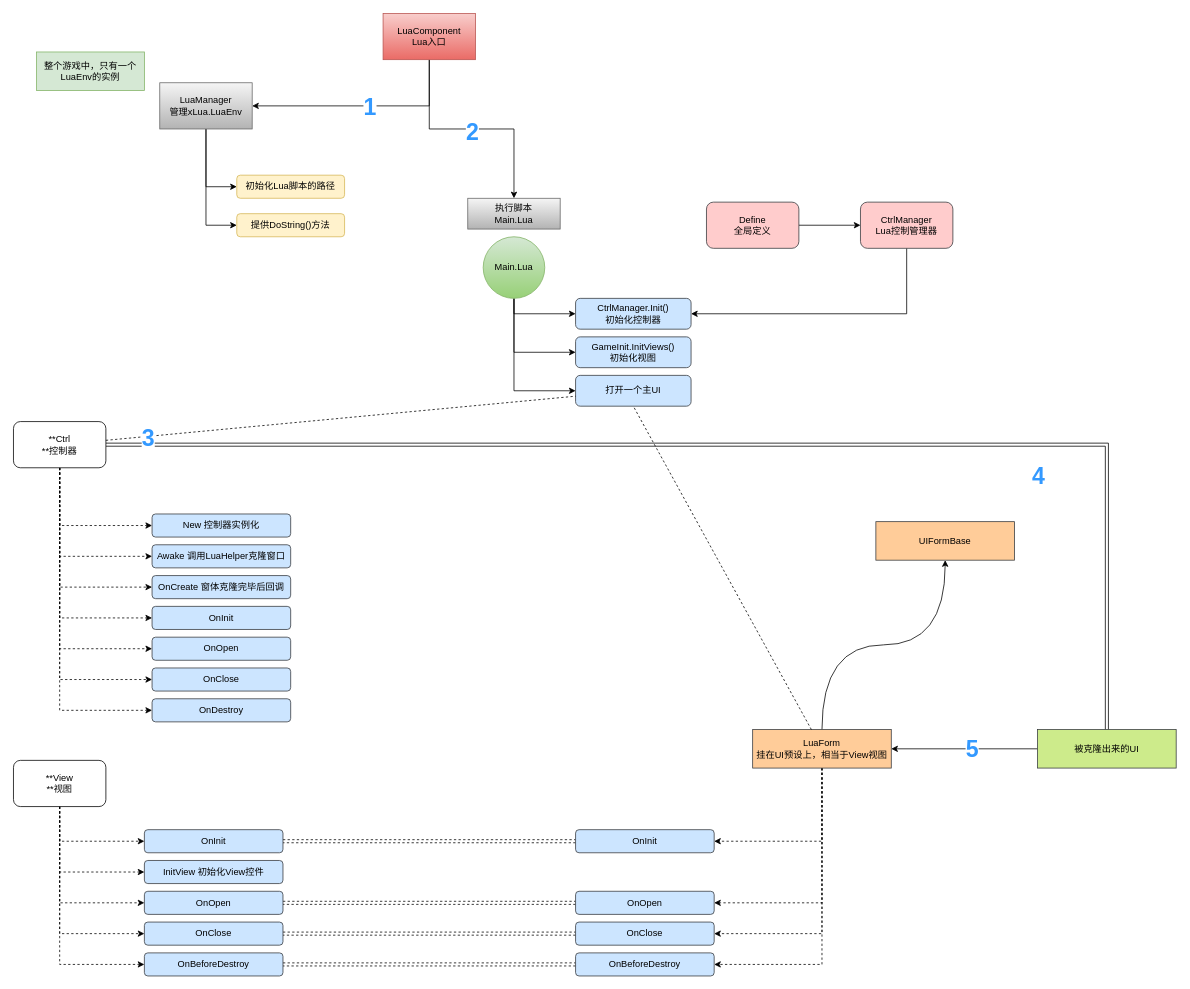
Above: page "Lua" (7 of 7) of YoYo框架.drawio in huagexin777/GameFramework (draw.io), before the change. Source tidied: cells renumbered, new cells numbered last; positions are measured from the earlier drawing's top-left corner, leaving out a move shared by most shapes. Both pictures are drawn from the tidied source at 77%, with x=0, y=0 at pixel (13, 13).
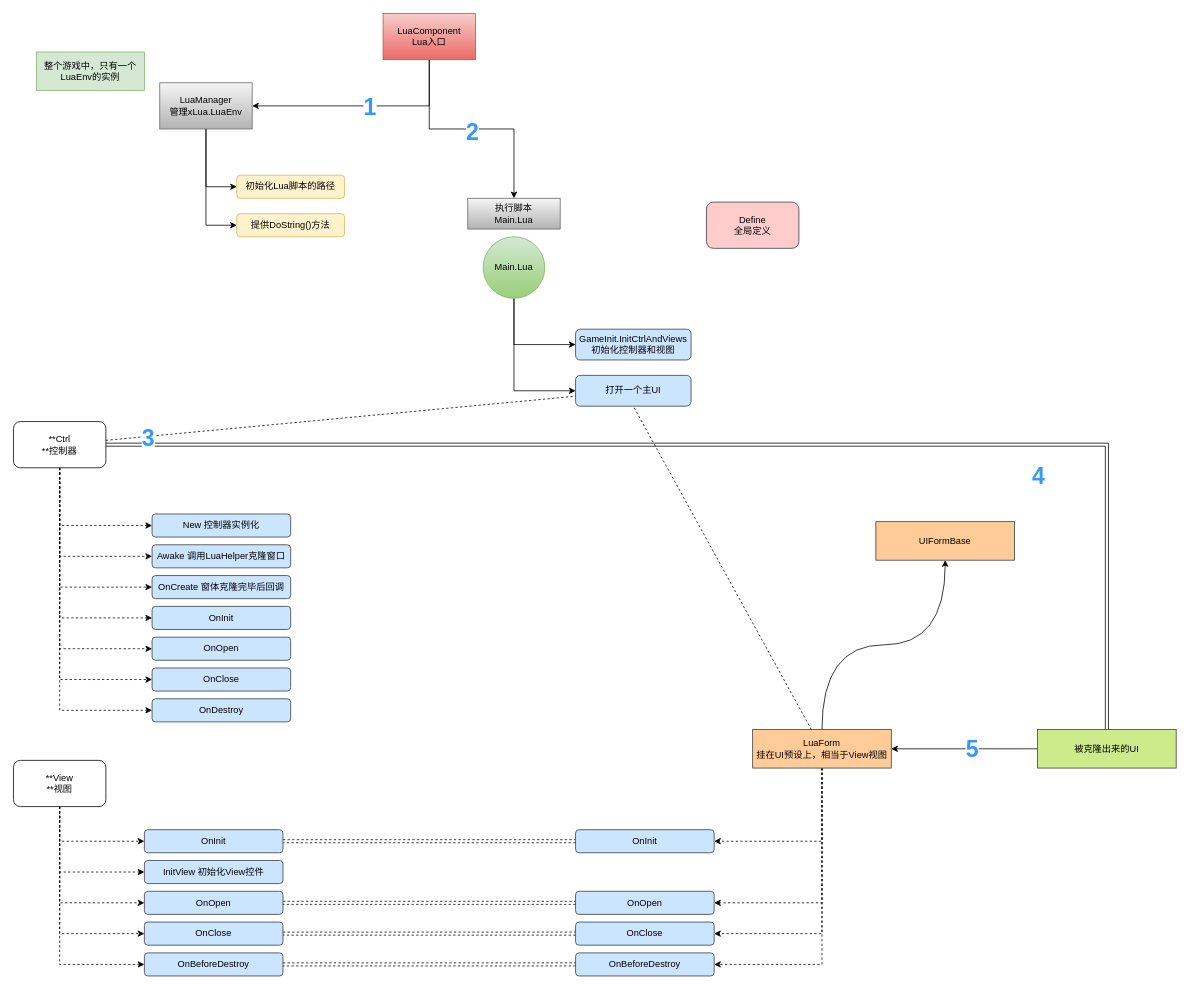
The same diagram, later.

The change refers to these unchanged cells:
```xml
<mxCell id="17" value="Main.Lua" style="ellipse;whiteSpace=wrap;html=1;fillColor=#d5e8d4;gradientColor=#97d077;strokeColor=#82b366;" parent="1" vertex="1">
  <mxGeometry x="610" y="290" width="80" height="80" as="geometry" />
</mxCell>
<mxCell id="22" value="Define&lt;div&gt;全局定义&lt;/div&gt;" style="rounded=1;whiteSpace=wrap;html=1;fillColor=#ffcccc;strokeColor=#36393d;" parent="1" vertex="1">
  <mxGeometry x="900" y="245" width="120" height="60" as="geometry" />
</mxCell>
```

What changed in the source:
```diff
@@
-    <mxCell id="15" style="edgeStyle=orthogonalEdgeStyle;rounded=0;jettySize=auto;html=1;exitX=0.5;exitY=1;exitDx=0;exitDy=0;entryX=0;entryY=0.5;entryDx=0;entryDy=0;" parent="1" edge="1" source="17" target="19">
-      <mxGeometry relative="1" as="geometry" />
-    </mxCell>
@@
-    <mxCell id="18" value="CtrlManager.Init()&lt;div&gt;初始化控制器&lt;/div&gt;" style="rounded=1;whiteSpace=wrap;html=1;fillColor=#cce5ff;strokeColor=#36393d;" parent="1" vertex="1">
-      <mxGeometry x="730" y="370" width="150" height="40" as="geometry" />
+    <mxCell id="18" value="GameInit.InitCtrlAndViews&lt;div&gt;初始化控制器和视图&lt;/div&gt;" style="rounded=1;whiteSpace=wrap;html=1;fillColor=#cce5ff;strokeColor=#36393d;" parent="1" vertex="1">
+      <mxGeometry x="730" y="410" width="150" height="40" as="geometry" />
     </mxCell>
-    <mxCell id="19" value="GameInit.InitViews()&lt;div&gt;初始化视图&lt;/div&gt;" style="rounded=1;whiteSpace=wrap;html=1;fillColor=#cce5ff;strokeColor=#36393d;" parent="1" vertex="1">
-      <mxGeometry x="730" y="420" width="150" height="40" as="geometry" />
-    </mxCell>
@@
-    <mxCell id="21" style="edgeStyle=orthogonalEdgeStyle;rounded=0;jettySize=auto;html=1;exitX=1;exitY=0.5;exitDx=0;exitDy=0;" parent="1" edge="1" source="22" target="24">
-      <mxGeometry relative="1" as="geometry" />
-    </mxCell>
@@
-    <mxCell id="23" style="edgeStyle=orthogonalEdgeStyle;rounded=0;jettySize=auto;html=1;exitX=0.5;exitY=1;exitDx=0;exitDy=0;entryX=1;entryY=0.5;entryDx=0;entryDy=0;" parent="1" edge="1" source="24" target="18">
-      <mxGeometry relative="1" as="geometry" />
-    </mxCell>
-    <mxCell id="24" value="CtrlManager&lt;div&gt;Lua控制管理器&lt;/div&gt;" style="rounded=1;whiteSpace=wrap;html=1;fillColor=#ffcccc;strokeColor=#36393d;" parent="1" vertex="1">
-      <mxGeometry x="1100" y="245" width="120" height="60" as="geometry" />
-    </mxCell>
```
